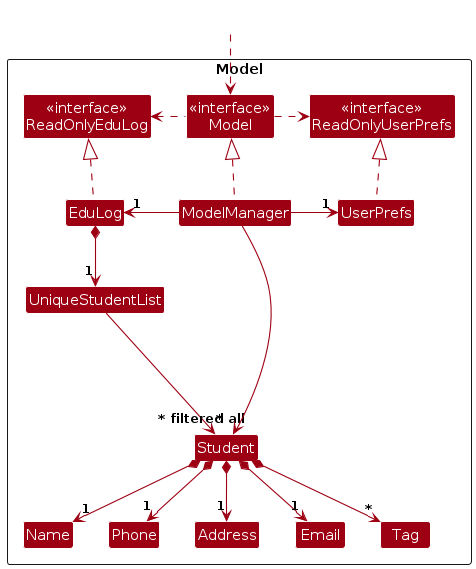
Above: diagrams/ModelClassDiagram.png in Timenikhil/tp (PlantUML), before the change. Its source is kept beside it as diagrams/ModelClassDiagram.puml.
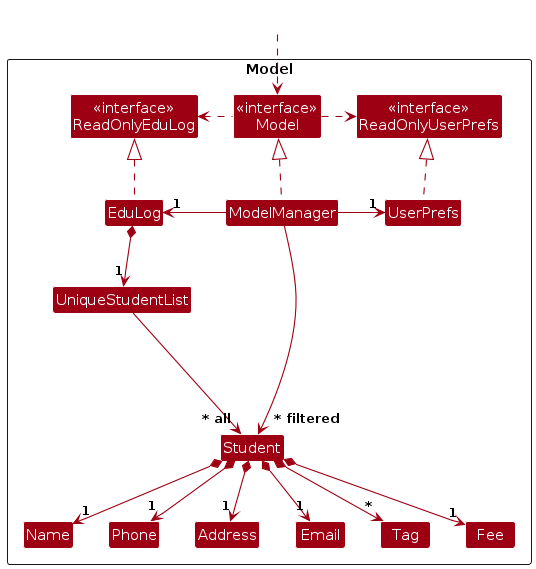
After the commit.

The edit, as a diff of the source:
```diff
@@ -19,6 +19,7 @@
 Class Name
 Class Phone
 Class Tag
+Class Fee
 
 Class I #FFFFFF
 }
@@ -42,6 +43,7 @@
 Student *--> "1" Email
 Student *--> "1" Address
 Student *--> "*" Tag
+Student *--> "1" Fee
 
 Student -[hidden]up--> I
 UniqueStudentList -[hidden]right-> I
```
